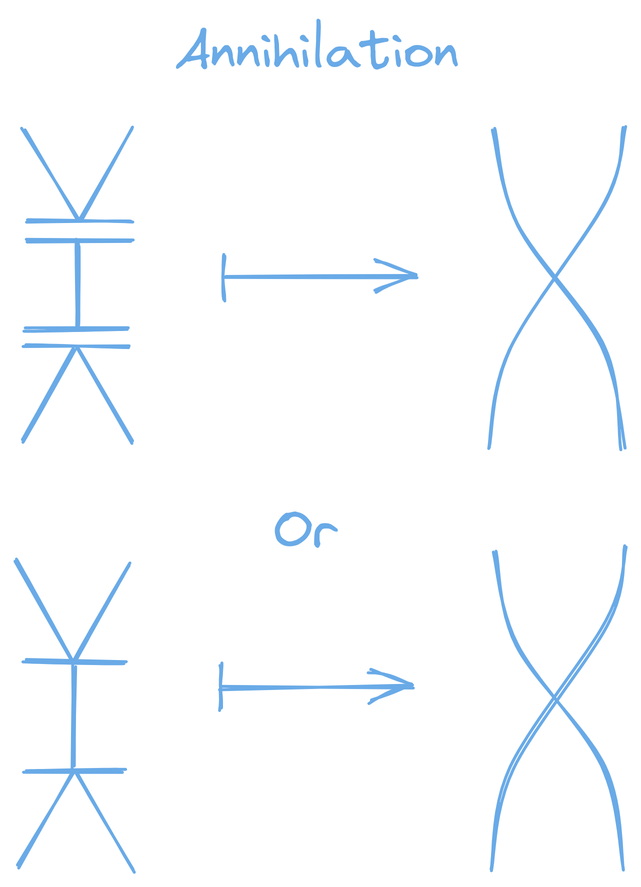
Earlier version of the Excalidraw export content/interaction-nets-combinators-calculus/annihilation.excalidraw.png (zicklag/blog). Source tidied: one line per element, renumbered; positions are measured from the earlier drawing's top-left corner, leaving out a move shared by most shapes. Its diagram source:
```json
{"id": 0, "type": "line", "strokeColor": "#1864ab", "strokeWidth": 2, "roughness": 1, "round": true, "x": 6, "y": 209, "width": 69, "height": 0, "points": [[0, 0], [69, 0]]}
{"id": 1, "type": "line", "strokeColor": "#1864ab", "strokeWidth": 2, "roughness": 1, "round": true, "x": 6, "y": 221, "width": 69, "height": 0, "points": [[0, 0], [69, 0]]}
{"id": 2, "type": "line", "strokeColor": "#1864ab", "strokeWidth": 2, "roughness": 1, "round": true, "x": 42, "y": 209, "width": 0, "height": 56, "points": [[0, 0], [0, -56]]}
{"id": 3, "type": "line", "strokeColor": "#1864ab", "strokeWidth": 2, "roughness": 1, "round": true, "x": 40, "y": 223, "width": 35, "height": 61, "points": [[0, 0], [-35, 61]]}
{"id": 4, "type": "line", "strokeColor": "#1864ab", "strokeWidth": 2, "roughness": 1, "round": true, "x": 42, "y": 222, "width": 36, "height": 62, "points": [[0, 0], [36, 62]]}
{"id": 5, "type": "line", "strokeColor": "#1864ab", "angle": 3.14, "strokeWidth": 2, "roughness": 1, "round": true, "x": 9, "y": 151, "width": 69, "height": 0, "points": [[0, 0], [69, 0]]}
{"id": 6, "type": "line", "strokeColor": "#1864ab", "angle": 3.14, "strokeWidth": 2, "roughness": 1, "round": true, "x": 9, "y": 136, "width": 69, "height": 0, "points": [[0, 0], [69, 0]]}
{"id": 7, "type": "line", "strokeColor": "#1864ab", "angle": 3.14, "strokeWidth": 2, "roughness": 1, "round": true, "x": 42, "y": 206, "width": 0, "height": 56, "points": [[0, 0], [0, -56]]}
{"id": 8, "type": "line", "strokeColor": "#1864ab", "angle": 3.14, "strokeWidth": 2, "roughness": 1, "round": true, "x": 78, "y": 76, "width": 35, "height": 61, "points": [[0, 0], [-35, 61]]}
{"id": 9, "type": "line", "strokeColor": "#1864ab", "angle": 3.14, "strokeWidth": 2, "roughness": 1, "round": true, "x": 6, "y": 75, "width": 36, "height": 62, "points": [[0, 0], [36, 62]]}
{"id": 10, "type": "text", "text": "Annihilation", "strokeColor": "#1864ab", "strokeWidth": 2, "roughness": 1, "fontSize": 36, "fontFamily": 1, "textAlign": "center", "x": 107, "y": 0, "width": 189, "height": 45}
{"id": 11, "type": "line", "strokeColor": "#1864ab", "strokeWidth": 2, "roughness": 1, "round": true, "x": 6, "y": 505, "width": 66, "height": 0, "points": [[0, 0], [66, 0]]}
{"id": 12, "type": "line", "strokeColor": "#1864ab", "strokeWidth": 2, "roughness": 1, "round": true, "x": 39, "y": 502, "width": 0, "height": 60, "points": [[0, 0], [0, -60]]}
{"id": 13, "type": "line", "strokeColor": "#1864ab", "strokeWidth": 2, "roughness": 1, "round": true, "x": 39, "y": 504, "width": 37, "height": 64, "points": [[0, 0], [-37, 64]]}
{"id": 14, "type": "line", "strokeColor": "#1864ab", "strokeWidth": 2, "roughness": 1, "round": true, "x": 41, "y": 505, "width": 38, "height": 66, "points": [[0, 0], [38, 66]]}
{"id": 15, "type": "line", "strokeColor": "#1864ab", "angle": 3.14, "strokeWidth": 2, "roughness": 1, "round": true, "x": 6, "y": 431, "width": 66, "height": 0, "points": [[0, 0], [66, 0]]}
{"id": 16, "type": "line", "strokeColor": "#1864ab", "angle": 3.14, "strokeWidth": 2, "roughness": 1, "round": true, "x": 39, "y": 493, "width": 0, "height": 60, "points": [[0, 0], [0, -60]]}
{"id": 17, "type": "line", "strokeColor": "#1864ab", "angle": 3.14, "strokeWidth": 2, "roughness": 1, "round": true, "x": 76, "y": 365, "width": 37, "height": 64, "points": [[0, 0], [-37, 64]]}
{"id": 18, "type": "line", "strokeColor": "#1864ab", "angle": 3.14, "strokeWidth": 2, "roughness": 1, "round": true, "x": 0, "y": 362, "width": 38, "height": 66, "points": [[0, 0], [38, 66]]}
{"id": 19, "type": "arrow", "strokeColor": "#1864ab", "strokeWidth": 2, "roughness": 1, "startArrowhead": "bar", "endArrowhead": "arrow", "round": true, "x": 139, "y": 174, "width": 128, "height": 0, "points": [[0, 0], [128, 0]]}
{"id": 20, "type": "line", "strokeColor": "#1864ab", "strokeWidth": 2, "roughness": 1, "round": true, "x": 319, "y": 77, "width": 86, "height": 212, "points": [[0, 0], [15, 63], [72, 144], [86, 212]]}
{"id": 21, "type": "line", "strokeColor": "#1864ab", "strokeWidth": 2, "roughness": 1, "round": true, "x": 406, "y": 74, "width": 89, "height": 215, "points": [[0, 0], [-11, 50], [-76, 148], [-89, 215]]}
{"id": 22, "type": "text", "text": "Or", "strokeColor": "#1864ab", "strokeWidth": 2, "roughness": 1, "fontSize": 36, "fontFamily": 1, "textAlign": "center", "x": 173, "y": 320, "width": 42, "height": 45}
{"id": 23, "type": "arrow", "strokeColor": "#1864ab", "strokeWidth": 2, "roughness": 1, "startArrowhead": "bar", "endArrowhead": "arrow", "round": true, "x": 137, "y": 448, "width": 128, "height": 0, "points": [[0, 0], [128, 0]]}
{"id": 24, "type": "line", "strokeColor": "#1864ab", "strokeWidth": 2, "roughness": 1, "round": true, "x": 320, "y": 357, "width": 86, "height": 212, "points": [[0, 0], [15, 63], [72, 144], [86, 212]]}
{"id": 25, "type": "line", "strokeColor": "#1864ab", "strokeWidth": 2, "roughness": 1, "round": true, "x": 407, "y": 354, "width": 89, "height": 215, "points": [[0, 0], [-11, 50], [-76, 148], [-89, 215]]}
```
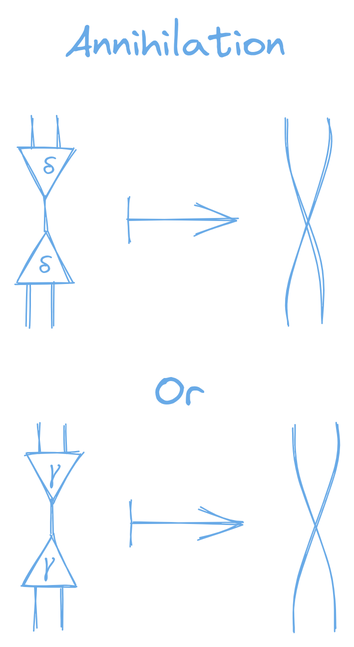
After the change.

Diff of the diagram source:
```diff
@@ -1,26 +1,26 @@
-{"id": 0, "type": "line", "strokeColor": "#1864ab", "strokeWidth": 2, "roughness": 1, "round": true, "x": 6, "y": 209, "width": 69, "height": 0, "points": [[0, 0], [69, 0]]}
-{"id": 1, "type": "line", "strokeColor": "#1864ab", "strokeWidth": 2, "roughness": 1, "round": true, "x": 6, "y": 221, "width": 69, "height": 0, "points": [[0, 0], [69, 0]]}
-{"id": 2, "type": "line", "strokeColor": "#1864ab", "strokeWidth": 2, "roughness": 1, "round": true, "x": 42, "y": 209, "width": 0, "height": 56, "points": [[0, 0], [0, -56]]}
-{"id": 3, "type": "line", "strokeColor": "#1864ab", "strokeWidth": 2, "roughness": 1, "round": true, "x": 40, "y": 223, "width": 35, "height": 61, "points": [[0, 0], [-35, 61]]}
-{"id": 4, "type": "line", "strokeColor": "#1864ab", "strokeWidth": 2, "roughness": 1, "round": true, "x": 42, "y": 222, "width": 36, "height": 62, "points": [[0, 0], [36, 62]]}
-{"id": 5, "type": "line", "strokeColor": "#1864ab", "angle": 3.14, "strokeWidth": 2, "roughness": 1, "round": true, "x": 9, "y": 151, "width": 69, "height": 0, "points": [[0, 0], [69, 0]]}
-{"id": 6, "type": "line", "strokeColor": "#1864ab", "angle": 3.14, "strokeWidth": 2, "roughness": 1, "round": true, "x": 9, "y": 136, "width": 69, "height": 0, "points": [[0, 0], [69, 0]]}
-{"id": 7, "type": "line", "strokeColor": "#1864ab", "angle": 3.14, "strokeWidth": 2, "roughness": 1, "round": true, "x": 42, "y": 206, "width": 0, "height": 56, "points": [[0, 0], [0, -56]]}
-{"id": 8, "type": "line", "strokeColor": "#1864ab", "angle": 3.14, "strokeWidth": 2, "roughness": 1, "round": true, "x": 78, "y": 76, "width": 35, "height": 61, "points": [[0, 0], [-35, 61]]}
-{"id": 9, "type": "line", "strokeColor": "#1864ab", "angle": 3.14, "strokeWidth": 2, "roughness": 1, "round": true, "x": 6, "y": 75, "width": 36, "height": 62, "points": [[0, 0], [36, 62]]}
-{"id": 10, "type": "text", "text": "Annihilation", "strokeColor": "#1864ab", "strokeWidth": 2, "roughness": 1, "fontSize": 36, "fontFamily": 1, "textAlign": "center", "x": 107, "y": 0, "width": 189, "height": 45}
+{"id": 10, "type": "text", "text": "Annihilation", "strokeColor": "#1864ab", "strokeWidth": 1, "roughness": 1, "fontSize": 28, "fontFamily": 1, "textAlign": "center", "x": -34, "y": 341, "width": 147, "height": 35}
-{"id": 11, "type": "line", "strokeColor": "#1864ab", "strokeWidth": 2, "roughness": 1, "round": true, "x": 6, "y": 505, "width": 66, "height": 0, "points": [[0, 0], [66, 0]]}
-{"id": 12, "type": "line", "strokeColor": "#1864ab", "strokeWidth": 2, "roughness": 1, "round": true, "x": 39, "y": 502, "width": 0, "height": 60, "points": [[0, 0], [0, -60]]}
-{"id": 13, "type": "line", "strokeColor": "#1864ab", "strokeWidth": 2, "roughness": 1, "round": true, "x": 39, "y": 504, "width": 37, "height": 64, "points": [[0, 0], [-37, 64]]}
-{"id": 14, "type": "line", "strokeColor": "#1864ab", "strokeWidth": 2, "roughness": 1, "round": true, "x": 41, "y": 505, "width": 38, "height": 66, "points": [[0, 0], [38, 66]]}
-{"id": 15, "type": "line", "strokeColor": "#1864ab", "angle": 3.14, "strokeWidth": 2, "roughness": 1, "round": true, "x": 6, "y": 431, "width": 66, "height": 0, "points": [[0, 0], [66, 0]]}
-{"id": 16, "type": "line", "strokeColor": "#1864ab", "angle": 3.14, "strokeWidth": 2, "roughness": 1, "round": true, "x": 39, "y": 493, "width": 0, "height": 60, "points": [[0, 0], [0, -60]]}
-{"id": 17, "type": "line", "strokeColor": "#1864ab", "angle": 3.14, "strokeWidth": 2, "roughness": 1, "round": true, "x": 76, "y": 365, "width": 37, "height": 64, "points": [[0, 0], [-37, 64]]}
-{"id": 18, "type": "line", "strokeColor": "#1864ab", "angle": 3.14, "strokeWidth": 2, "roughness": 1, "round": true, "x": 0, "y": 362, "width": 38, "height": 66, "points": [[0, 0], [38, 66]]}
-{"id": 19, "type": "arrow", "strokeColor": "#1864ab", "strokeWidth": 2, "roughness": 1, "startArrowhead": "bar", "endArrowhead": "arrow", "round": true, "x": 139, "y": 174, "width": 128, "height": 0, "points": [[0, 0], [128, 0]]}
-{"id": 20, "type": "line", "strokeColor": "#1864ab", "strokeWidth": 2, "roughness": 1, "round": true, "x": 319, "y": 77, "width": 86, "height": 212, "points": [[0, 0], [15, 63], [72, 144], [86, 212]]}
-{"id": 21, "type": "line", "strokeColor": "#1864ab", "strokeWidth": 2, "roughness": 1, "round": true, "x": 406, "y": 74, "width": 89, "height": 215, "points": [[0, 0], [-11, 50], [-76, 148], [-89, 215]]}
+{"id": 26, "type": "arrow", "strokeColor": "#1864ab", "strokeWidth": 1, "roughness": 1, "startArrowhead": "bar", "endArrowhead": "arrow", "round": true, "x": 7, "y": 477, "width": 75, "height": 0, "points": [[0, 0], [75, 0]]}
-{"id": 22, "type": "text", "text": "Or", "strokeColor": "#1864ab", "strokeWidth": 2, "roughness": 1, "fontSize": 36, "fontFamily": 1, "textAlign": "center", "x": 173, "y": 320, "width": 42, "height": 45}
+{"id": 22, "type": "text", "text": "Or", "strokeColor": "#1864ab", "strokeWidth": 1, "roughness": 1, "fontSize": 28, "fontFamily": 1, "textAlign": "center", "x": 25, "y": 574, "width": 32, "height": 35}
-{"id": 23, "type": "arrow", "strokeColor": "#1864ab", "strokeWidth": 2, "roughness": 1, "startArrowhead": "bar", "endArrowhead": "arrow", "round": true, "x": 137, "y": 448, "width": 128, "height": 0, "points": [[0, 0], [128, 0]]}
-{"id": 24, "type": "line", "strokeColor": "#1864ab", "strokeWidth": 2, "roughness": 1, "round": true, "x": 320, "y": 357, "width": 86, "height": 212, "points": [[0, 0], [15, 63], [72, 144], [86, 212]]}
-{"id": 25, "type": "line", "strokeColor": "#1864ab", "strokeWidth": 2, "roughness": 1, "round": true, "x": 407, "y": 354, "width": 89, "height": 215, "points": [[0, 0], [-11, 50], [-76, 148], [-89, 215]]}
+{"id": 27, "type": "line", "strokeColor": "#1864ab", "angle": 3.14, "strokeWidth": 1, "roughness": 1, "x": -45, "y": 430, "width": 37, "height": 33, "points": [[0, 0], [-19, 33], [17, 33], [0, 0]]}
+{"id": 28, "type": "text", "text": "δ", "strokeColor": "#1864ab", "backgroundColor": "#ced4da", "fillStyle": "solid", "strokeWidth": 1, "roughness": 1, "fontSize": 16, "fontFamily": 1, "textAlign": "center", "x": -50, "y": 432, "width": 9, "height": 20}
+{"id": 29, "type": "line", "strokeColor": "#1864ab", "angle": 6.29, "strokeWidth": 1, "roughness": 1, "x": -47, "y": 486, "width": 37, "height": 33, "points": [[0, 0], [-19, 33], [17, 33], [0, 0]]}
+{"id": 30, "type": "text", "text": "δ", "strokeColor": "#1864ab", "backgroundColor": "#ced4da", "fillStyle": "solid", "strokeWidth": 1, "roughness": 1, "fontSize": 16, "fontFamily": 1, "textAlign": "center", "x": -52, "y": 498, "width": 9, "height": 20}
+{"id": 31, "type": "arrow", "strokeColor": "#1864ab", "backgroundColor": "#ced4da", "fillStyle": "solid", "strokeWidth": 1, "roughness": 1, "round": true, "from": 30, "to": 28, "x": -48, "y": 486, "width": 0, "height": 23, "points": [[0, 0], [0, -23]]}
+{"id": 32, "type": "arrow", "strokeColor": "#1864ab", "backgroundColor": "#ced4da", "fillStyle": "solid", "strokeWidth": 1, "roughness": 1, "round": true, "from": 30, "x": -59, "y": 521, "width": 0, "height": 28, "points": [[0, 0], [0, 28]]}
+{"id": 33, "type": "arrow", "strokeColor": "#1864ab", "backgroundColor": "#ced4da", "fillStyle": "solid", "strokeWidth": 1, "roughness": 1, "round": true, "from": 30, "x": -42, "y": 520, "width": 0, "height": 28, "points": [[0, 0], [0, 28]]}
+{"id": 34, "type": "arrow", "strokeColor": "#1864ab", "backgroundColor": "#ced4da", "fillStyle": "solid", "strokeWidth": 1, "roughness": 1, "round": true, "from": 28, "x": -56, "y": 431, "width": 0, "height": 21, "points": [[0, 0], [0, -21]]}
+{"id": 35, "type": "arrow", "strokeColor": "#1864ab", "backgroundColor": "#ced4da", "fillStyle": "solid", "strokeWidth": 1, "roughness": 1, "round": true, "from": 28, "x": -39, "y": 430, "width": 0, "height": 21, "points": [[0, 0], [0, -21]]}
+{"id": 36, "type": "arrow", "strokeColor": "#1864ab", "backgroundColor": "#ced4da", "fillStyle": "solid", "strokeWidth": 1, "roughness": 1, "round": true, "x": 114, "y": 411, "width": 24, "height": 135, "points": [[0, 0], [1, 33], [21, 97], [24, 135]]}
+{"id": 37, "type": "arrow", "strokeColor": "#1864ab", "backgroundColor": "#ced4da", "fillStyle": "solid", "strokeWidth": 1, "roughness": 1, "round": true, "x": 141, "y": 410, "width": 27, "height": 137, "points": [[0, 0], [-1, 29], [-25, 108], [-27, 137]]}
+{"id": 38, "type": "arrow", "strokeColor": "#1864ab", "strokeWidth": 1, "roughness": 1, "startArrowhead": "bar", "endArrowhead": "arrow", "round": true, "x": 10, "y": 680, "width": 75, "height": 0, "points": [[0, 0], [75, 0]]}
+{"id": 39, "type": "line", "strokeColor": "#1864ab", "angle": 3.14, "strokeWidth": 1, "roughness": 1, "x": -40, "y": 633, "width": 37, "height": 33, "points": [[0, 0], [-19, 33], [17, 33], [0, 0]]}
+{"id": 40, "type": "text", "text": "γ", "strokeColor": "#1864ab", "backgroundColor": "#ced4da", "fillStyle": "solid", "strokeWidth": 1, "roughness": 1, "fontSize": 16, "fontFamily": 1, "textAlign": "center", "x": -44, "y": 633, "width": 7, "height": 20}
+{"id": 41, "type": "line", "strokeColor": "#1864ab", "angle": 6.29, "strokeWidth": 1, "roughness": 1, "x": -44, "y": 689, "width": 37, "height": 33, "points": [[0, 0], [-19, 33], [17, 33], [0, 0]]}
+{"id": 42, "type": "text", "text": "γ", "strokeColor": "#1864ab", "backgroundColor": "#ced4da", "fillStyle": "solid", "strokeWidth": 1, "roughness": 1, "fontSize": 16, "fontFamily": 1, "textAlign": "center", "x": -48, "y": 695, "width": 7, "height": 20}
+{"id": 43, "type": "arrow", "strokeColor": "#1864ab", "backgroundColor": "#ced4da", "fillStyle": "solid", "strokeWidth": 1, "roughness": 1, "round": true, "from": 42, "to": 40, "x": -42, "y": 687, "width": 1, "height": 23, "points": [[0, 0], [-1, -23]]}
+{"id": 44, "type": "arrow", "strokeColor": "#1864ab", "backgroundColor": "#ced4da", "fillStyle": "solid", "strokeWidth": 1, "roughness": 1, "round": true, "from": 42, "x": -54, "y": 723, "width": 0, "height": 29, "points": [[0, 0], [0, 29]]}
+{"id": 45, "type": "arrow", "strokeColor": "#1864ab", "backgroundColor": "#ced4da", "fillStyle": "solid", "strokeWidth": 1, "roughness": 1, "round": true, "from": 42, "x": -36, "y": 723, "width": 0, "height": 28, "points": [[0, 0], [0, 28]]}
+{"id": 46, "type": "arrow", "strokeColor": "#1864ab", "backgroundColor": "#ced4da", "fillStyle": "solid", "strokeWidth": 1, "roughness": 1, "round": true, "to": 40, "x": -52, "y": 614, "width": 1, "height": 19, "points": [[0, 0], [1, 19]]}
+{"id": 47, "type": "arrow", "strokeColor": "#1864ab", "backgroundColor": "#ced4da", "fillStyle": "solid", "strokeWidth": 1, "roughness": 1, "round": true, "from": 40, "x": -34, "y": 633, "width": 0, "height": 18, "points": [[0, 0], [0, -18]]}
+{"id": 48, "type": "arrow", "strokeColor": "#1864ab", "backgroundColor": "#ced4da", "fillStyle": "solid", "strokeWidth": 1, "roughness": 1, "round": true, "x": 120, "y": 615, "width": 26, "height": 136, "points": [[0, 0], [1, 33], [23, 97], [26, 136]]}
+{"id": 49, "type": "arrow", "strokeColor": "#1864ab", "backgroundColor": "#ced4da", "fillStyle": "solid", "strokeWidth": 1, "roughness": 1, "round": true, "x": 147, "y": 615, "width": 29, "height": 138, "points": [[0, 0], [-1, 29], [-26, 104], [-29, 138]]}
```
